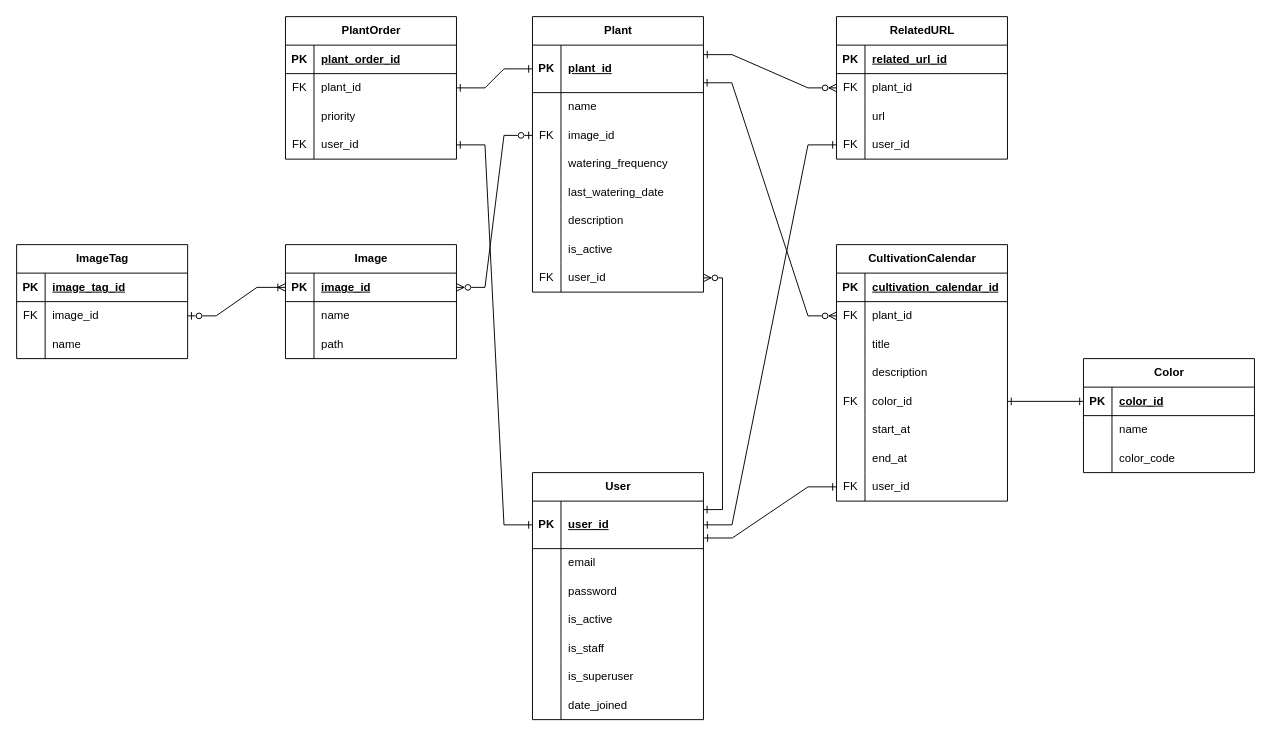
Before: documents/ERD.drawio in AikawaShota/garden-management, a draw.io diagram. Source tidied: cells renumbered, new cells numbered last; positions are measured from the earlier drawing's top-left corner, leaving out a move shared by most shapes. Both pictures are drawn from the tidied source at 95%, with x=0, y=0 at pixel (16, 16).
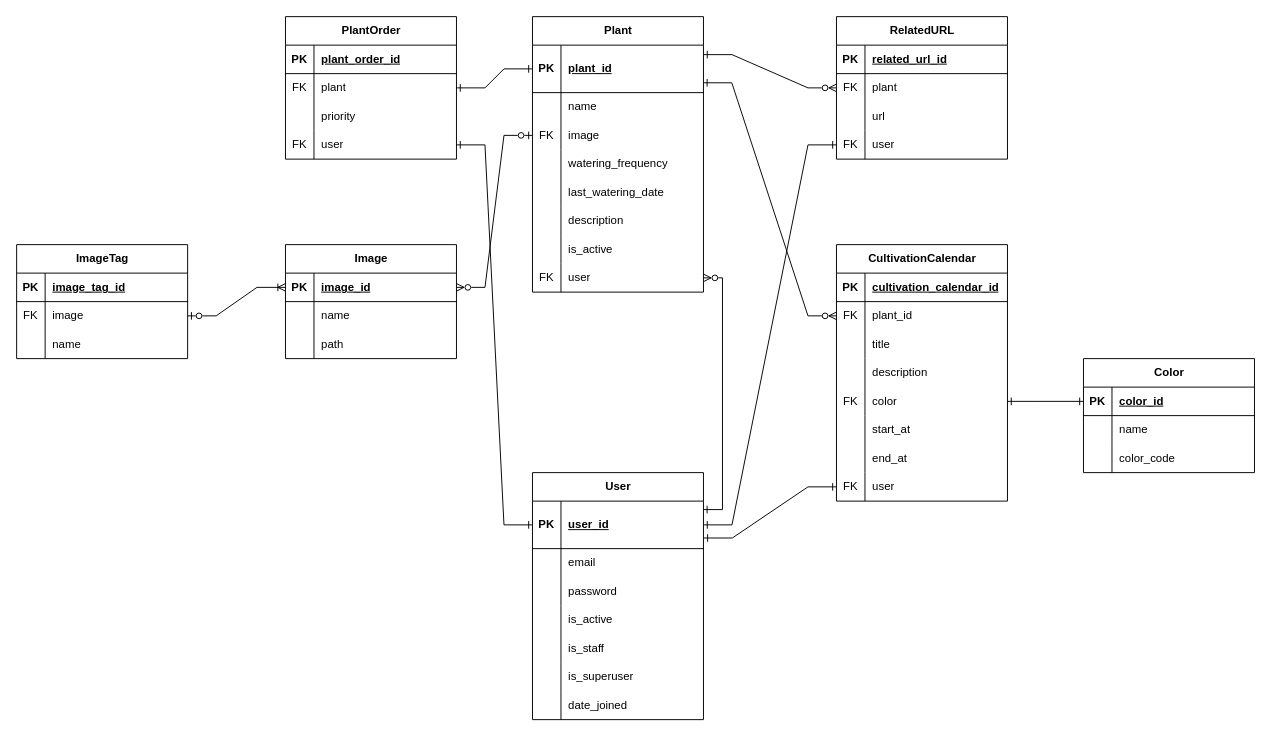
Above is the later version.

The change refers to these unchanged cells:
```xml
<mxCell id="9" style="shape=tableRow;horizontal=0;startSize=0;swimlaneHead=0;swimlaneBody=0;fillColor=none;points=[[0,0.5],[1,0.5]];portConstraint=eastwest;top=0;left=0;right=0;bottom=0;" parent="2" vertex="1">
  <mxGeometry y="110" width="180" height="30" as="geometry" />
</mxCell>
<mxCell id="24" style="shape=tableRow;horizontal=0;startSize=0;swimlaneHead=0;swimlaneBody=0;fillColor=none;points=[[0,0.5],[1,0.5]];portConstraint=eastwest;top=0;left=0;right=0;bottom=0;" parent="2" vertex="1">
  <mxGeometry y="260" width="180" height="30" as="geometry" />
</mxCell>
<mxCell id="53" style="shape=tableRow;horizontal=0;startSize=0;swimlaneHead=0;swimlaneBody=0;fillColor=none;points=[[0,0.5],[1,0.5]];portConstraint=eastwest;top=0;left=0;right=0;bottom=0;" parent="49" vertex="1">
  <mxGeometry y="60" width="180" height="30" as="geometry" />
</mxCell>
<mxCell id="59" style="shape=tableRow;horizontal=0;startSize=0;swimlaneHead=0;swimlaneBody=0;fillColor=none;points=[[0,0.5],[1,0.5]];portConstraint=eastwest;top=0;left=0;right=0;bottom=0;" parent="49" vertex="1">
  <mxGeometry y="120" width="180" height="30" as="geometry" />
</mxCell>
<mxCell id="75" style="shape=tableRow;horizontal=0;startSize=0;swimlaneHead=0;swimlaneBody=0;fillColor=none;points=[[0,0.5],[1,0.5]];portConstraint=eastwest;top=0;left=0;right=0;bottom=0;" parent="62" vertex="1">
  <mxGeometry y="150" width="180" height="30" as="geometry" />
</mxCell>
<mxCell id="84" style="shape=tableRow;horizontal=0;startSize=0;swimlaneHead=0;swimlaneBody=0;fillColor=none;points=[[0,0.5],[1,0.5]];portConstraint=eastwest;top=0;left=0;right=0;bottom=0;" parent="62" vertex="1">
  <mxGeometry y="240" width="180" height="30" as="geometry" />
</mxCell>
<mxCell id="115" style="shape=tableRow;horizontal=0;startSize=0;swimlaneHead=0;swimlaneBody=0;fillColor=none;points=[[0,0.5],[1,0.5]];portConstraint=eastwest;top=0;left=0;right=0;bottom=0;" parent="111" vertex="1">
  <mxGeometry y="60" width="180" height="30" as="geometry" />
</mxCell>
<mxCell id="127" style="shape=tableRow;horizontal=0;startSize=0;swimlaneHead=0;swimlaneBody=0;fillColor=none;points=[[0,0.5],[1,0.5]];portConstraint=eastwest;top=0;left=0;right=0;bottom=0;" parent="123" vertex="1">
  <mxGeometry y="60" width="180" height="30" as="geometry" />
</mxCell>
<mxCell id="133" style="shape=tableRow;horizontal=0;startSize=0;swimlaneHead=0;swimlaneBody=0;fillColor=none;points=[[0,0.5],[1,0.5]];portConstraint=eastwest;top=0;left=0;right=0;bottom=0;" parent="123" vertex="1">
  <mxGeometry y="120" width="180" height="30" as="geometry" />
</mxCell>
```

What changed in the source:
```diff
@@
-    <mxCell id="11" value="image_id" style="shape=partialRectangle;fillColor=none;top=0;left=0;bottom=0;right=0;align=left;spacingLeft=6;overflow=hidden;whiteSpace=wrap;html=1;" parent="9" vertex="1">
+    <mxCell id="11" value="image" style="shape=partialRectangle;fillColor=none;top=0;left=0;bottom=0;right=0;align=left;spacingLeft=6;overflow=hidden;whiteSpace=wrap;html=1;" parent="9" vertex="1">
       <mxGeometry x="30" width="150" height="30" as="geometry" />
     </mxCell>
@@
-    <mxCell id="26" value="user_id" style="shape=partialRectangle;fillColor=none;top=0;left=0;bottom=0;right=0;align=left;spacingLeft=6;overflow=hidden;whiteSpace=wrap;html=1;" parent="24" vertex="1">
+    <mxCell id="26" value="user" style="shape=partialRectangle;fillColor=none;top=0;left=0;bottom=0;right=0;align=left;spacingLeft=6;overflow=hidden;whiteSpace=wrap;html=1;" parent="24" vertex="1">
       <mxGeometry x="30" width="150" height="30" as="geometry" />
     </mxCell>
@@
-    <mxCell id="55" value="plant_id" style="shape=partialRectangle;fillColor=none;top=0;left=0;bottom=0;right=0;align=left;spacingLeft=6;overflow=hidden;whiteSpace=wrap;html=1;" parent="53" vertex="1">
+    <mxCell id="55" value="plant" style="shape=partialRectangle;fillColor=none;top=0;left=0;bottom=0;right=0;align=left;spacingLeft=6;overflow=hidden;whiteSpace=wrap;html=1;" parent="53" vertex="1">
       <mxGeometry x="30" width="150" height="30" as="geometry" />
     </mxCell>
@@
-    <mxCell id="61" value="user_id" style="shape=partialRectangle;fillColor=none;top=0;left=0;bottom=0;right=0;align=left;spacingLeft=6;overflow=hidden;whiteSpace=wrap;html=1;" parent="59" vertex="1">
+    <mxCell id="61" value="user" style="shape=partialRectangle;fillColor=none;top=0;left=0;bottom=0;right=0;align=left;spacingLeft=6;overflow=hidden;whiteSpace=wrap;html=1;" parent="59" vertex="1">
       <mxGeometry x="30" width="150" height="30" as="geometry" />
     </mxCell>
@@
-    <mxCell id="77" value="color_id" style="shape=partialRectangle;fillColor=none;top=0;left=0;bottom=0;right=0;align=left;spacingLeft=6;overflow=hidden;whiteSpace=wrap;html=1;" parent="75" vertex="1">
+    <mxCell id="77" value="color" style="shape=partialRectangle;fillColor=none;top=0;left=0;bottom=0;right=0;align=left;spacingLeft=6;overflow=hidden;whiteSpace=wrap;html=1;" parent="75" vertex="1">
       <mxGeometry x="30" width="150" height="30" as="geometry" />
     </mxCell>
@@
-    <mxCell id="86" value="user_id" style="shape=partialRectangle;fillColor=none;top=0;left=0;bottom=0;right=0;align=left;spacingLeft=6;overflow=hidden;whiteSpace=wrap;html=1;" parent="84" vertex="1">
+    <mxCell id="86" value="user" style="shape=partialRectangle;fillColor=none;top=0;left=0;bottom=0;right=0;align=left;spacingLeft=6;overflow=hidden;whiteSpace=wrap;html=1;" parent="84" vertex="1">
       <mxGeometry x="30" width="150" height="30" as="geometry" />
     </mxCell>
@@
-    <mxCell id="117" value="image_id" style="shape=partialRectangle;fillColor=none;top=0;left=0;bottom=0;right=0;align=left;spacingLeft=6;overflow=hidden;whiteSpace=wrap;html=1;" parent="115" vertex="1">
+    <mxCell id="117" value="image" style="shape=partialRectangle;fillColor=none;top=0;left=0;bottom=0;right=0;align=left;spacingLeft=6;overflow=hidden;whiteSpace=wrap;html=1;" parent="115" vertex="1">
       <mxGeometry x="30" width="150" height="30" as="geometry" />
     </mxCell>
@@
-    <mxCell id="129" value="plant_id" style="shape=partialRectangle;fillColor=none;top=0;left=0;bottom=0;right=0;align=left;spacingLeft=6;overflow=hidden;whiteSpace=wrap;html=1;" parent="127" vertex="1">
+    <mxCell id="129" value="plant" style="shape=partialRectangle;fillColor=none;top=0;left=0;bottom=0;right=0;align=left;spacingLeft=6;overflow=hidden;whiteSpace=wrap;html=1;" parent="127" vertex="1">
       <mxGeometry x="30" width="150" height="30" as="geometry" />
     </mxCell>
@@
-    <mxCell id="135" value="user_id" style="shape=partialRectangle;fillColor=none;top=0;left=0;bottom=0;right=0;align=left;spacingLeft=6;overflow=hidden;whiteSpace=wrap;html=1;" parent="133" vertex="1">
+    <mxCell id="135" value="user" style="shape=partialRectangle;fillColor=none;top=0;left=0;bottom=0;right=0;align=left;spacingLeft=6;overflow=hidden;whiteSpace=wrap;html=1;" parent="133" vertex="1">
       <mxGeometry x="30" width="150" height="30" as="geometry" />
     </mxCell>
```
